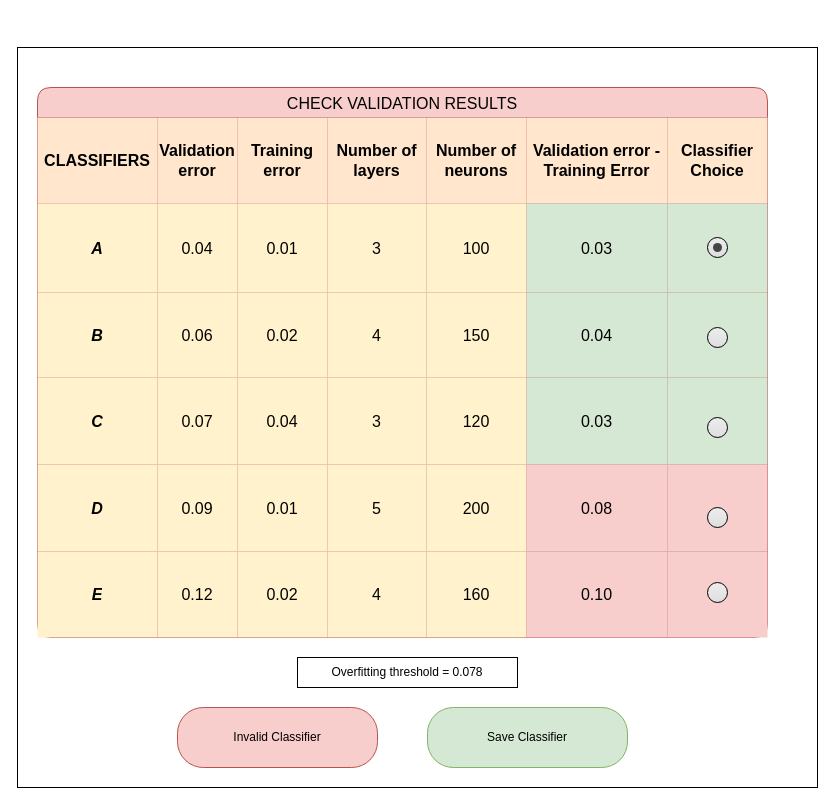
Above: check validation results (Cape)/CHECK VALIDATION RESULTS -TASK LEVEL MODELING.drawio in BaffoBello14/AutomaticDamagesRecognition (draw.io), before the change. Source tidied: cells renumbered, new cells numbered last; positions are measured from the earlier drawing's top-left corner, leaving out a move shared by most shapes. Both pictures are drawn from the tidied source at 100%, with x=0, y=0 at pixel (17, 47).
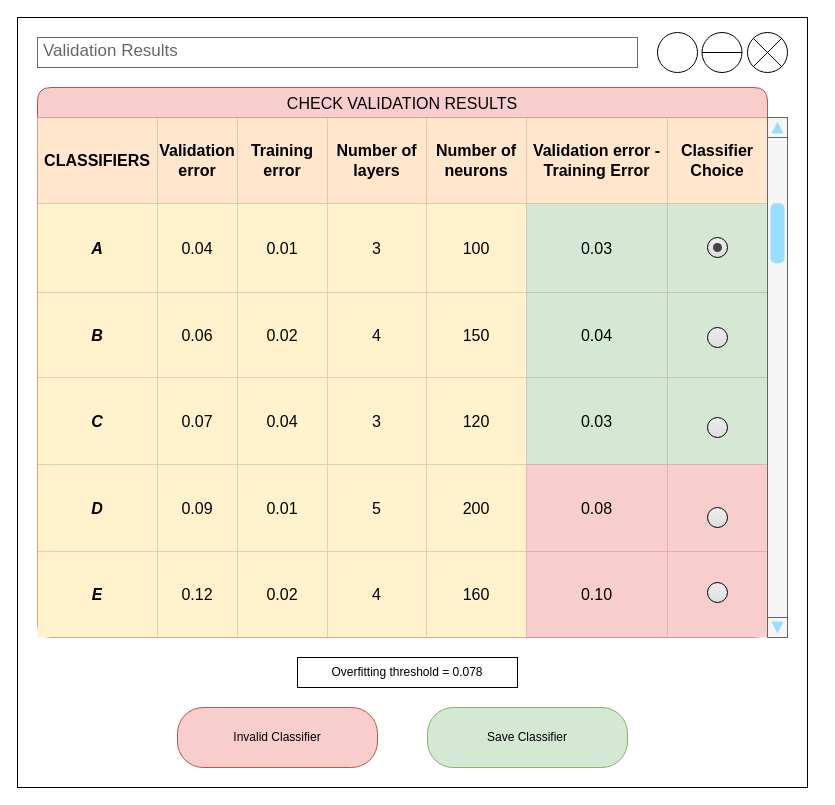
After the change.

Diff of the diagram source:
```diff
@@
     <mxCell id="2" style="rounded=0;whiteSpace=wrap;html=1;" parent="1" vertex="1">
-      <mxGeometry width="800" height="740" as="geometry" />
+      <mxGeometry y="-30" width="790" height="770" as="geometry" />
     </mxCell>
@@
+    <mxCell id="61" style="verticalLabelPosition=bottom;shadow=0;dashed=0;align=center;html=1;verticalAlign=top;strokeWidth=1;shape=mxgraph.mockup.navigation.scrollBar;strokeColor=#666666;barPos=15.655;fillColor2=#99ddff;strokeColor2=none;direction=north;flipV=1;fillColor=#f5f5f5;fontColor=#333333;" parent="1" vertex="1">
+      <mxGeometry x="750" y="70" width="20" height="520" as="geometry" />
+    </mxCell>
+    <mxCell id="62" style="ellipse;whiteSpace=wrap;html=1;" parent="1" vertex="1">
+      <mxGeometry x="640" y="-15" width="40" height="40" as="geometry" />
+    </mxCell>
+    <mxCell id="63" style="shape=sumEllipse;perimeter=ellipsePerimeter;whiteSpace=wrap;html=1;backgroundOutline=1;" parent="1" vertex="1">
+      <mxGeometry x="730" y="-15" width="40" height="40" as="geometry" />
+    </mxCell>
+    <mxCell id="64" style="shape=lineEllipse;perimeter=ellipsePerimeter;whiteSpace=wrap;html=1;backgroundOutline=1;" parent="1" vertex="1">
+      <mxGeometry x="684.5" y="-15" width="40" height="40" as="geometry" />
+    </mxCell>
+    <mxCell id="65" value="Validation Results" style="strokeWidth=1;shadow=0;dashed=0;align=center;html=1;shape=mxgraph.mockup.text.textBox;fontColor=#666666;align=left;fontSize=17;spacingLeft=4;spacingTop=-3;strokeColor=#666666;mainText=;" parent="1" vertex="1">
+      <mxGeometry x="20" y="-10" width="600" height="30" as="geometry" />
+    </mxCell>
```
